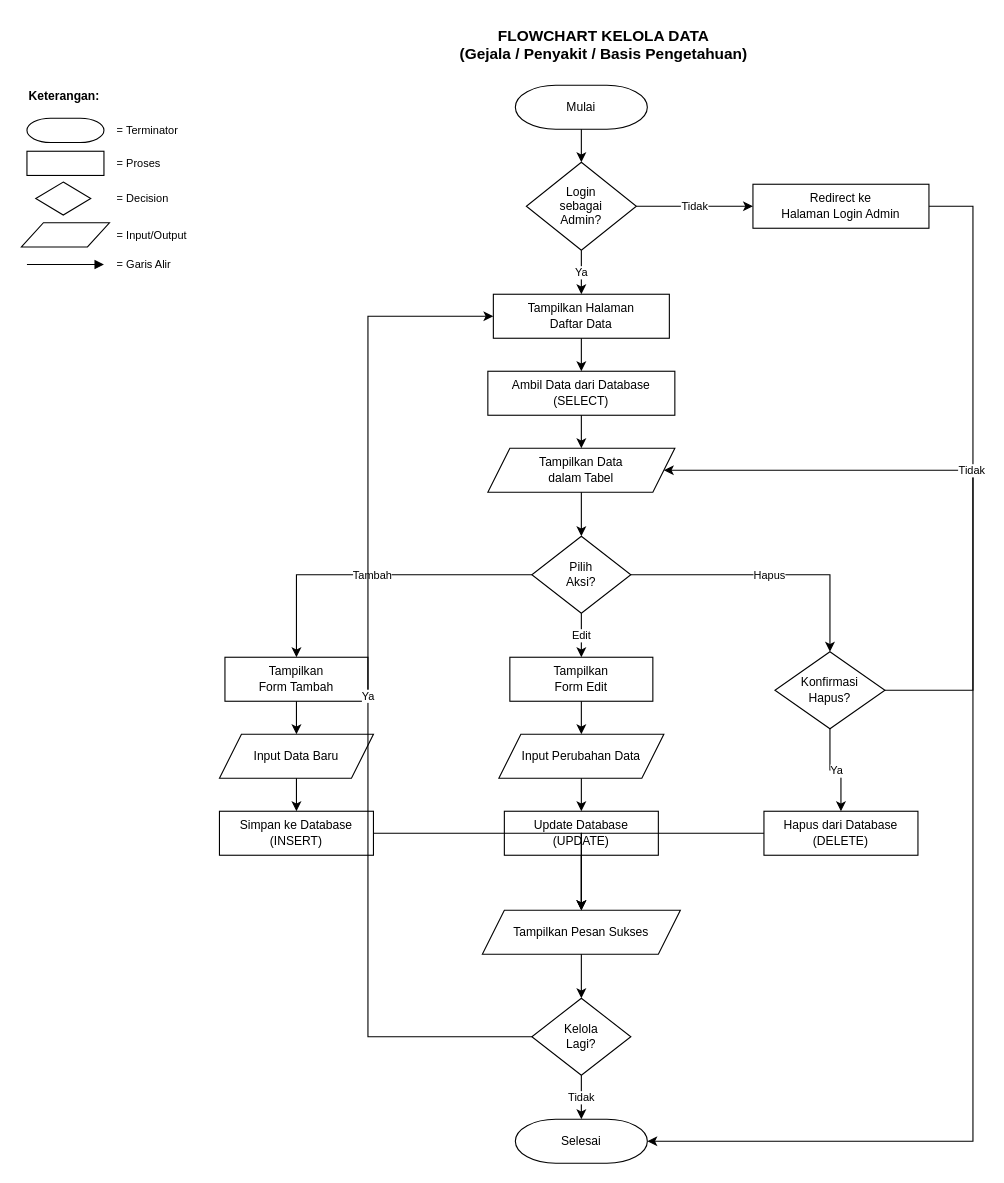
Before: diagram/flowchart/flowchart_kelola_data.drawio in NarmadaWeb/pakar-jagung, a draw.io diagram. Source tidied: cells renumbered, new cells numbered last; positions are measured from the earlier drawing's top-left corner, leaving out a move shared by most shapes. Both pictures are drawn from the tidied source at 110%, with x=0, y=0 at pixel (21, 19).
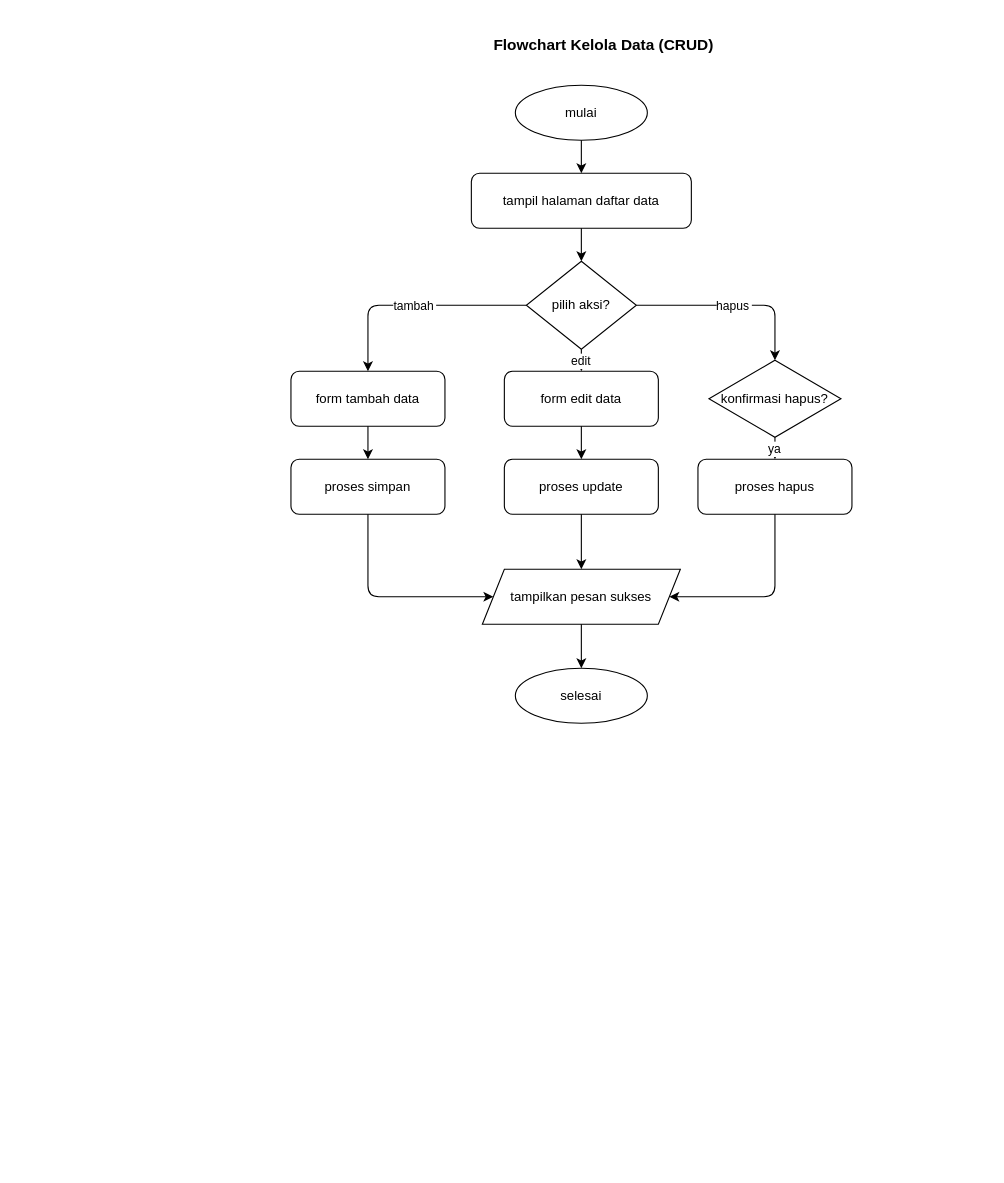
The same diagram, later.

The edit, as a diff of the source:
```diff
@@
-    <mxCell id="2" value="FLOWCHART KELOLA DATA&#10;(Gejala / Penyakit / Basis Pengetahuan)" style="text;html=1;strokeColor=none;fillColor=none;align=center;verticalAlign=middle;fontSize=14;fontStyle=1;fontColor=#000000;" parent="1" vertex="1">
+    <mxCell id="2" value="Flowchart Kelola Data (CRUD)" style="text;html=1;strokeColor=none;fillColor=none;align=center;verticalAlign=middle;fontSize=14;fontStyle=1;fontColor=#000000;" parent="1" vertex="1">
       <mxGeometry x="279" width="500" height="45" as="geometry" />
     </mxCell>
-    <mxCell id="3" value="Mulai" style="shape=mxgraph.flowchart.terminator;whiteSpace=wrap;html=1;fillColor=#FFFFFF;strokeColor=#000000;fontSize=11;" parent="1" vertex="1">
-      <mxGeometry x="449" y="60" width="120" height="40" as="geometry" />
+    <mxCell id="3" value="mulai" style="ellipse;whiteSpace=wrap;html=1;fillColor=#FFFFFF;strokeColor=#000000;" parent="1" vertex="1">
+      <mxGeometry x="449" y="60" width="120" height="50" as="geometry" />
     </mxCell>
-    <mxCell id="4" value="Login&#10;sebagai&#10;Admin?" style="rhombus;whiteSpace=wrap;html=1;fillColor=#FFFFFF;strokeColor=#000000;fontSize=11;" parent="1" vertex="1">
-      <mxGeometry x="459" y="130" width="100" height="80" as="geometry" />
-    </mxCell>
-    <mxCell id="5" value="Redirect ke&#10;Halaman Login Admin" style="rounded=0;whiteSpace=wrap;html=1;fillColor=#FFFFFF;strokeColor=#000000;fontSize=11;" parent="1" vertex="1">
-      <mxGeometry x="665" y="150" width="160" height="40" as="geometry" />
-    </mxCell>
-    <mxCell id="6" value="Tampilkan Halaman&#10;Daftar Data" style="rounded=0;whiteSpace=wrap;html=1;fillColor=#FFFFFF;strokeColor=#000000;fontSize=11;" parent="1" vertex="1">
-      <mxGeometry x="429" y="250" width="160" height="40" as="geometry" />
-    </mxCell>
-    <mxCell id="7" value="Ambil Data dari Database&#10;(SELECT)" style="rounded=0;whiteSpace=wrap;html=1;fillColor=#FFFFFF;strokeColor=#000000;fontSize=11;" parent="1" vertex="1">
-      <mxGeometry x="424" y="320" width="170" height="40" as="geometry" />
-    </mxCell>
-    <mxCell id="8" value="Tampilkan Data&#10;dalam Tabel" style="shape=parallelogram;perimeter=parallelogramPerimeter;whiteSpace=wrap;html=1;fillColor=#FFFFFF;strokeColor=#000000;fontSize=11;fixedSize=1;" parent="1" vertex="1">
-      <mxGeometry x="424" y="390" width="170" height="40" as="geometry" />
-    </mxCell>
-    <mxCell id="9" value="Pilih&#10;Aksi?" style="rhombus;whiteSpace=wrap;html=1;fillColor=#FFFFFF;strokeColor=#000000;fontSize=11;" parent="1" vertex="1">
-      <mxGeometry x="464" y="470" width="90" height="70" as="geometry" />
-    </mxCell>
-    <mxCell id="10" value="Tampilkan&#10;Form Tambah" style="rounded=0;whiteSpace=wrap;html=1;fillColor=#FFFFFF;strokeColor=#000000;fontSize=11;" parent="1" vertex="1">
-      <mxGeometry x="185" y="580" width="130" height="40" as="geometry" />
-    </mxCell>
-    <mxCell id="11" value="Input Data Baru" style="shape=parallelogram;perimeter=parallelogramPerimeter;whiteSpace=wrap;html=1;fillColor=#FFFFFF;strokeColor=#000000;fontSize=11;fixedSize=1;" parent="1" vertex="1">
-      <mxGeometry x="180" y="650" width="140" height="40" as="geometry" />
-    </mxCell>
-    <mxCell id="12" value="Simpan ke Database&#10;(INSERT)" style="rounded=0;whiteSpace=wrap;html=1;fillColor=#FFFFFF;strokeColor=#000000;fontSize=11;" parent="1" vertex="1">
-      <mxGeometry x="180" y="720" width="140" height="40" as="geometry" />
-    </mxCell>
-    <mxCell id="13" value="Tampilkan&#10;Form Edit" style="rounded=0;whiteSpace=wrap;html=1;fillColor=#FFFFFF;strokeColor=#000000;fontSize=11;" parent="1" vertex="1">
-      <mxGeometry x="444" y="580" width="130" height="40" as="geometry" />
-    </mxCell>
-    <mxCell id="14" value="Input Perubahan Data" style="shape=parallelogram;perimeter=parallelogramPerimeter;whiteSpace=wrap;html=1;fillColor=#FFFFFF;strokeColor=#000000;fontSize=11;fixedSize=1;" parent="1" vertex="1">
-      <mxGeometry x="434" y="650" width="150" height="40" as="geometry" />
-    </mxCell>
-    <mxCell id="15" value="Update Database&#10;(UPDATE)" style="rounded=0;whiteSpace=wrap;html=1;fillColor=#FFFFFF;strokeColor=#000000;fontSize=11;" parent="1" vertex="1">
-      <mxGeometry x="439" y="720" width="140" height="40" as="geometry" />
-    </mxCell>
-    <mxCell id="16" value="Konfirmasi&#10;Hapus?" style="rhombus;whiteSpace=wrap;html=1;fillColor=#FFFFFF;strokeColor=#000000;fontSize=11;" parent="1" vertex="1">
-      <mxGeometry x="685" y="575" width="100" height="70" as="geometry" />
-    </mxCell>
-    <mxCell id="17" value="Hapus dari Database&#10;(DELETE)" style="rounded=0;whiteSpace=wrap;html=1;fillColor=#FFFFFF;strokeColor=#000000;fontSize=11;" parent="1" vertex="1">
-      <mxGeometry x="675" y="720" width="140" height="40" as="geometry" />
-    </mxCell>
-    <mxCell id="18" value="Tampilkan Pesan Sukses" style="shape=parallelogram;perimeter=parallelogramPerimeter;whiteSpace=wrap;html=1;fillColor=#FFFFFF;strokeColor=#000000;fontSize=11;fixedSize=1;" parent="1" vertex="1">
-      <mxGeometry x="419" y="810" width="180" height="40" as="geometry" />
-    </mxCell>
-    <mxCell id="19" value="Kelola&#10;Lagi?" style="rhombus;whiteSpace=wrap;html=1;fillColor=#FFFFFF;strokeColor=#000000;fontSize=11;" parent="1" vertex="1">
-      <mxGeometry x="464" y="890" width="90" height="70" as="geometry" />
-    </mxCell>
+    <mxCell id="54" value="tampil halaman daftar data" style="rounded=1;whiteSpace=wrap;html=1;" parent="1" vertex="1">
+      <mxGeometry x="409" y="140" width="200" height="50" as="geometry" />
+    </mxCell>
+    <mxCell id="55" value="pilih aksi?" style="rhombus;whiteSpace=wrap;html=1;" parent="1" vertex="1">
+      <mxGeometry x="459" y="220" width="100" height="80" as="geometry" />
+    </mxCell>
+    <mxCell id="56" value="form tambah data" style="rounded=1;whiteSpace=wrap;html=1;" parent="1" vertex="1">
+      <mxGeometry x="245" y="320" width="140" height="50" as="geometry" />
+    </mxCell>
+    <mxCell id="57" value="proses simpan" style="rounded=1;whiteSpace=wrap;html=1;" parent="1" vertex="1">
+      <mxGeometry x="245" y="400" width="140" height="50" as="geometry" />
+    </mxCell>
+    <mxCell id="58" value="form edit data" style="rounded=1;whiteSpace=wrap;html=1;" parent="1" vertex="1">
+      <mxGeometry x="439" y="320" width="140" height="50" as="geometry" />
+    </mxCell>
+    <mxCell id="59" value="proses update" style="rounded=1;whiteSpace=wrap;html=1;" parent="1" vertex="1">
+      <mxGeometry x="439" y="400" width="140" height="50" as="geometry" />
+    </mxCell>
+    <mxCell id="60" value="konfirmasi hapus?" style="rhombus;whiteSpace=wrap;html=1;" parent="1" vertex="1">
+      <mxGeometry x="625" y="310" width="120" height="70" as="geometry" />
+    </mxCell>
+    <mxCell id="61" value="proses hapus" style="rounded=1;whiteSpace=wrap;html=1;" parent="1" vertex="1">
+      <mxGeometry x="615" y="400" width="140" height="50" as="geometry" />
+    </mxCell>
+    <mxCell id="62" value="tampilkan pesan sukses" style="shape=parallelogram;perimeter=parallelogramPerimeter;whiteSpace=wrap;html=1;fixedSize=1;" parent="1" vertex="1">
+      <mxGeometry x="419" y="500" width="180" height="50" as="geometry" />
+    </mxCell>
-    <mxCell id="20" value="Selesai" style="shape=mxgraph.flowchart.terminator;whiteSpace=wrap;html=1;fillColor=#FFFFFF;strokeColor=#000000;fontSize=11;" parent="1" vertex="1">
-      <mxGeometry x="449" y="1000" width="120" height="40" as="geometry" />
+    <mxCell id="20" value="selesai" style="ellipse;whiteSpace=wrap;html=1;fillColor=#FFFFFF;strokeColor=#000000;" parent="1" vertex="1">
+      <mxGeometry x="449" y="590" width="120" height="50" as="geometry" />
     </mxCell>
-    <mxCell id="21" style="edgeStyle=orthogonalEdgeStyle;rounded=0;html=1;strokeColor=#000000;" parent="1" edge="1" source="3" target="4">
+    <mxCell id="21" parent="1" edge="1" source="3" target="54">
       <mxGeometry relative="1" as="geometry" />
     </mxCell>
-    <mxCell id="22" value="Tidak" style="edgeStyle=orthogonalEdgeStyle;rounded=0;html=1;strokeColor=#000000;fontSize=10;" parent="1" edge="1" source="4" target="5">
+    <mxCell id="22" parent="1" edge="1" source="54" target="55">
       <mxGeometry relative="1" as="geometry" />
     </mxCell>
-    <mxCell id="23" style="edgeStyle=orthogonalEdgeStyle;rounded=0;html=1;strokeColor=#000000;" parent="1" edge="1" source="5" target="20">
-      <mxGeometry relative="1" as="geometry">
-        <Array as="points">
-          <mxPoint x="865" y="170" />
-          <mxPoint x="865" y="1020" />
-        </Array>
-      </mxGeometry>
-    </mxCell>
-    <mxCell id="24" value="Ya" style="edgeStyle=orthogonalEdgeStyle;rounded=0;html=1;strokeColor=#000000;fontSize=10;" parent="1" edge="1" source="4" target="6">
-      <mxGeometry relative="1" as="geometry" />
+    <mxCell id="24" value="tambah" parent="1" edge="1" source="55" target="56">
+      <mxGeometry relative="1" as="geometry">
+        <Array as="points">
+          <mxPoint x="315" y="260" />
+        </Array>
+      </mxGeometry>
     </mxCell>
-    <mxCell id="25" style="edgeStyle=orthogonalEdgeStyle;rounded=0;html=1;strokeColor=#000000;" parent="1" edge="1" source="6" target="7">
+    <mxCell id="25" value="edit" parent="1" edge="1" source="55" target="58">
       <mxGeometry relative="1" as="geometry" />
     </mxCell>
-    <mxCell id="26" style="edgeStyle=orthogonalEdgeStyle;rounded=0;html=1;strokeColor=#000000;" parent="1" edge="1" source="7" target="8">
-      <mxGeometry relative="1" as="geometry" />
+    <mxCell id="26" value="hapus" parent="1" edge="1" source="55" target="60">
+      <mxGeometry relative="1" as="geometry">
+        <Array as="points">
+          <mxPoint x="685" y="260" />
+        </Array>
+      </mxGeometry>
     </mxCell>
-    <mxCell id="27" style="edgeStyle=orthogonalEdgeStyle;rounded=0;html=1;strokeColor=#000000;" parent="1" edge="1" source="8" target="9">
+    <mxCell id="27" parent="1" edge="1" source="56" target="57">
       <mxGeometry relative="1" as="geometry" />
     </mxCell>
-    <mxCell id="28" value="Tambah" style="edgeStyle=orthogonalEdgeStyle;rounded=0;html=1;strokeColor=#000000;fontSize=10;" parent="1" edge="1" source="9" target="10">
+    <mxCell id="28" parent="1" edge="1" source="58" target="59">
       <mxGeometry relative="1" as="geometry" />
     </mxCell>
-    <mxCell id="29" value="Edit" style="edgeStyle=orthogonalEdgeStyle;rounded=0;html=1;strokeColor=#000000;fontSize=10;" parent="1" edge="1" source="9" target="13">
+    <mxCell id="29" value="ya" parent="1" edge="1" source="60" target="61">
       <mxGeometry relative="1" as="geometry" />
     </mxCell>
-    <mxCell id="30" value="Hapus" style="edgeStyle=orthogonalEdgeStyle;rounded=0;html=1;strokeColor=#000000;fontSize=10;" parent="1" edge="1" source="9" target="16">
-      <mxGeometry relative="1" as="geometry" />
+    <mxCell id="30" parent="1" edge="1" source="57" target="62">
+      <mxGeometry relative="1" as="geometry">
+        <Array as="points">
+          <mxPoint x="315" y="525" />
+        </Array>
+      </mxGeometry>
     </mxCell>
-    <mxCell id="31" style="edgeStyle=orthogonalEdgeStyle;rounded=0;html=1;strokeColor=#000000;" parent="1" edge="1" source="10" target="11">
+    <mxCell id="31" parent="1" edge="1" source="59" target="62">
       <mxGeometry relative="1" as="geometry" />
     </mxCell>
-    <mxCell id="32" style="edgeStyle=orthogonalEdgeStyle;rounded=0;html=1;strokeColor=#000000;" parent="1" edge="1" source="11" target="12">
-      <mxGeometry relative="1" as="geometry" />
+    <mxCell id="32" parent="1" edge="1" source="61" target="62">
+      <mxGeometry relative="1" as="geometry">
+        <Array as="points">
+          <mxPoint x="685" y="525" />
+        </Array>
+      </mxGeometry>
     </mxCell>
-    <mxCell id="33" style="edgeStyle=orthogonalEdgeStyle;rounded=0;html=1;strokeColor=#000000;" parent="1" edge="1" source="13" target="14">
+    <mxCell id="33" parent="1" edge="1" source="62" target="20">
       <mxGeometry relative="1" as="geometry" />
     </mxCell>
-    <mxCell id="34" style="edgeStyle=orthogonalEdgeStyle;rounded=0;html=1;strokeColor=#000000;" parent="1" edge="1" source="14" target="15">
-      <mxGeometry relative="1" as="geometry" />
-    </mxCell>
-    <mxCell id="35" value="Ya" style="edgeStyle=orthogonalEdgeStyle;rounded=0;html=1;strokeColor=#000000;fontSize=10;" parent="1" edge="1" source="16" target="17">
-      <mxGeometry relative="1" as="geometry" />
-    </mxCell>
-    <mxCell id="36" value="Tidak" style="edgeStyle=orthogonalEdgeStyle;rounded=0;html=1;strokeColor=#000000;fontSize=10;" parent="1" edge="1" source="16" target="8">
-      <mxGeometry relative="1" as="geometry">
-        <Array as="points">
-          <mxPoint x="865" y="610" />
-          <mxPoint x="865" y="410" />
-        </Array>
-      </mxGeometry>
-    </mxCell>
-    <mxCell id="37" style="edgeStyle=orthogonalEdgeStyle;rounded=0;html=1;strokeColor=#000000;" parent="1" edge="1" source="12" target="18">
-      <mxGeometry relative="1" as="geometry" />
-    </mxCell>
-    <mxCell id="38" style="edgeStyle=orthogonalEdgeStyle;rounded=0;html=1;strokeColor=#000000;" parent="1" edge="1" source="15" target="18">
-      <mxGeometry relative="1" as="geometry" />
-    </mxCell>
-    <mxCell id="39" style="edgeStyle=orthogonalEdgeStyle;rounded=0;html=1;strokeColor=#000000;" parent="1" edge="1" source="17" target="18">
-      <mxGeometry relative="1" as="geometry" />
-    </mxCell>
-    <mxCell id="40" style="edgeStyle=orthogonalEdgeStyle;rounded=0;html=1;strokeColor=#000000;" parent="1" edge="1" source="18" target="19">
-      <mxGeometry relative="1" as="geometry" />
-    </mxCell>
-    <mxCell id="41" value="Ya" style="edgeStyle=orthogonalEdgeStyle;rounded=0;html=1;strokeColor=#000000;fontSize=10;exitX=0;exitY=0.5;exitDx=0;exitDy=0;" parent="1" edge="1" source="19" target="6">
-      <mxGeometry relative="1" as="geometry">
-        <Array as="points">
-          <mxPoint x="315" y="925" />
-          <mxPoint x="315" y="270" />
-        </Array>
-      </mxGeometry>
-    </mxCell>
-    <mxCell id="42" value="Tidak" style="edgeStyle=orthogonalEdgeStyle;rounded=0;html=1;strokeColor=#000000;fontSize=10;" parent="1" edge="1" source="19" target="20">
-      <mxGeometry relative="1" as="geometry" />
-    </mxCell>
-    <mxCell id="43" value="Keterangan:" style="text;html=1;strokeColor=none;fillColor=none;align=left;verticalAlign=middle;fontSize=11;fontStyle=1;" parent="1" vertex="1">
-      <mxGeometry x="5" y="60" width="100" height="20" as="geometry" />
-    </mxCell>
-    <mxCell id="44" style="shape=mxgraph.flowchart.terminator;whiteSpace=wrap;html=1;fillColor=#FFFFFF;strokeColor=#000000;" parent="1" vertex="1">
-      <mxGeometry x="5" y="90" width="70" height="22" as="geometry" />
-    </mxCell>
-    <mxCell id="45" value="= Terminator" style="text;html=1;strokeColor=none;fillColor=none;align=left;verticalAlign=middle;fontSize=10;" parent="1" vertex="1">
-      <mxGeometry x="85" y="90" width="120" height="22" as="geometry" />
-    </mxCell>
-    <mxCell id="46" style="rounded=0;whiteSpace=wrap;html=1;fillColor=#FFFFFF;strokeColor=#000000;" parent="1" vertex="1">
-      <mxGeometry x="5" y="120" width="70" height="22" as="geometry" />
-    </mxCell>
-    <mxCell id="47" value="= Proses" style="text;html=1;strokeColor=none;fillColor=none;align=left;verticalAlign=middle;fontSize=10;" parent="1" vertex="1">
-      <mxGeometry x="85" y="120" width="120" height="22" as="geometry" />
-    </mxCell>
-    <mxCell id="48" style="rhombus;whiteSpace=wrap;html=1;fillColor=#FFFFFF;strokeColor=#000000;" parent="1" vertex="1">
-      <mxGeometry x="13" y="148" width="50" height="30" as="geometry" />
-    </mxCell>
-    <mxCell id="49" value="= Decision" style="text;html=1;strokeColor=none;fillColor=none;align=left;verticalAlign=middle;fontSize=10;" parent="1" vertex="1">
-      <mxGeometry x="85" y="152" width="120" height="22" as="geometry" />
-    </mxCell>
-    <mxCell id="50" style="shape=parallelogram;perimeter=parallelogramPerimeter;whiteSpace=wrap;html=1;fillColor=#FFFFFF;strokeColor=#000000;fixedSize=1;" parent="1" vertex="1">
-      <mxGeometry y="185" width="80" height="22" as="geometry" />
-    </mxCell>
-    <mxCell id="51" value="= Input/Output" style="text;html=1;strokeColor=none;fillColor=none;align=left;verticalAlign=middle;fontSize=10;" parent="1" vertex="1">
-      <mxGeometry x="85" y="185" width="120" height="22" as="geometry" />
-    </mxCell>
-    <mxCell id="52" style="endArrow=block;html=1;strokeColor=#000000;endFill=1;" parent="1" edge="1">
-      <mxGeometry relative="1" as="geometry">
-        <mxPoint x="5" y="223" as="sourcePoint" />
-        <mxPoint x="75" y="223" as="targetPoint" />
-      </mxGeometry>
-    </mxCell>
-    <mxCell id="53" value="= Garis Alir" style="text;html=1;strokeColor=none;fillColor=none;align=left;verticalAlign=middle;fontSize=10;" parent="1" vertex="1">
-      <mxGeometry x="85" y="212" width="120" height="22" as="geometry" />
-    </mxCell>
```
